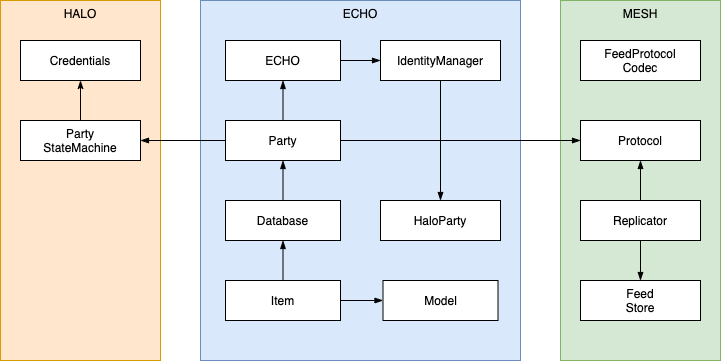
Above: docs/content/diagrams/dependencies.png in dxos/dxos (draw.io), before the change. Source tidied: cells renumbered, new cells last; positions are measured from the earlier drawing's top-left corner, leaving out a move shared by most shapes.
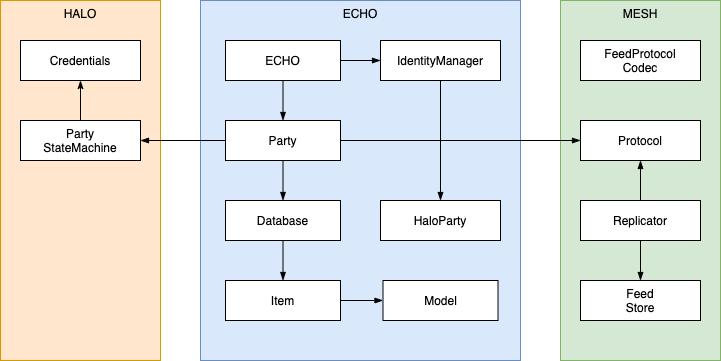
After the change.

The edit, as a diff of the source:
```diff
@@ -23,7 +23,7 @@
     <mxCell id="8" value="ECHO" style="rounded=0;whiteSpace=wrap;html=1;" parent="1" vertex="1">
       <mxGeometry x="225" y="40" width="115" height="40" as="geometry" />
     </mxCell>
-    <mxCell id="9" style="edgeStyle=orthogonalEdgeStyle;rounded=0;jettySize=auto;html=1;exitX=0.5;exitY=0;exitDx=0;exitDy=0;endArrow=blockThin;endFill=1;" parent="1" edge="1" source="12" target="8">
+    <mxCell id="9" style="edgeStyle=orthogonalEdgeStyle;rounded=0;jettySize=auto;html=1;endArrow=blockThin;endFill=1;entryX=0.5;entryY=0;entryDx=0;entryDy=0;" parent="1" edge="1" source="8" target="12">
       <mxGeometry relative="1" as="geometry" />
     </mxCell>
     <mxCell id="10" style="edgeStyle=orthogonalEdgeStyle;rounded=0;jettySize=auto;html=1;exitX=0;exitY=0.5;exitDx=0;exitDy=0;entryX=1;entryY=0.5;entryDx=0;entryDy=0;endArrow=blockThin;endFill=1;" parent="1" edge="1" source="12" target="6">
@@ -53,7 +53,7 @@
     <mxCell id="18" value="Feed&lt;br&gt;Store" style="rounded=0;whiteSpace=wrap;html=1;" parent="1" vertex="1">
       <mxGeometry x="580" y="280" width="120" height="40" as="geometry" />
     </mxCell>
-    <mxCell id="19" style="edgeStyle=orthogonalEdgeStyle;rounded=0;jettySize=auto;html=1;exitX=0.5;exitY=0;exitDx=0;exitDy=0;entryX=0.5;entryY=1;entryDx=0;entryDy=0;endArrow=blockThin;endFill=1;" parent="1" edge="1" source="20" target="12">
+    <mxCell id="19" style="edgeStyle=orthogonalEdgeStyle;rounded=0;jettySize=auto;html=1;exitX=0.5;exitY=1;exitDx=0;exitDy=0;entryX=0.5;entryY=0;entryDx=0;entryDy=0;endArrow=blockThin;endFill=1;" parent="1" edge="1" source="12" target="20">
       <mxGeometry relative="1" as="geometry" />
     </mxCell>
     <mxCell id="20" value="Database" style="rounded=0;whiteSpace=wrap;html=1;" parent="1" vertex="1">
@@ -62,7 +62,7 @@
     <mxCell id="21" value="Credentials" style="rounded=0;whiteSpace=wrap;html=1;" parent="1" vertex="1">
       <mxGeometry x="20" y="40" width="120" height="40" as="geometry" />
     </mxCell>
-    <mxCell id="22" style="edgeStyle=orthogonalEdgeStyle;rounded=0;jettySize=auto;html=1;exitX=0.5;exitY=0;exitDx=0;exitDy=0;entryX=0.5;entryY=1;entryDx=0;entryDy=0;endArrow=blockThin;endFill=1;" parent="1" edge="1" source="24" target="20">
+    <mxCell id="22" style="edgeStyle=orthogonalEdgeStyle;rounded=0;jettySize=auto;html=1;exitX=0.5;exitY=1;exitDx=0;exitDy=0;entryX=0.5;entryY=0;entryDx=0;entryDy=0;endArrow=blockThin;endFill=1;" parent="1" edge="1" source="20" target="24">
       <mxGeometry relative="1" as="geometry" />
     </mxCell>
     <mxCell id="23" style="edgeStyle=orthogonalEdgeStyle;rounded=0;jettySize=auto;html=1;exitX=1;exitY=0.5;exitDx=0;exitDy=0;entryX=0;entryY=0.5;entryDx=0;entryDy=0;endArrow=blockThin;endFill=1;" parent="1" edge="1" source="24" target="28">
```
